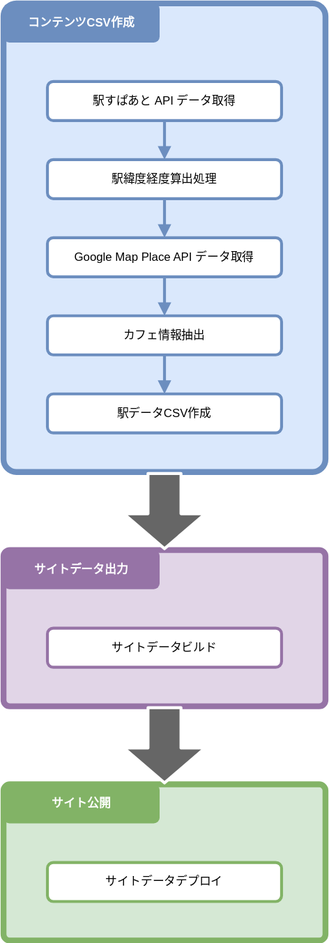
This is doc/201_設計/01510101_全体設計イメージ.drawio.svg from take4bcreators/cafe-train-prj, a draw.io export, as it was before one commit. Source tidied: cells renumbered, new cells last; positions are measured from the earlier drawing's top-left corner, leaving out a move shared by most shapes.
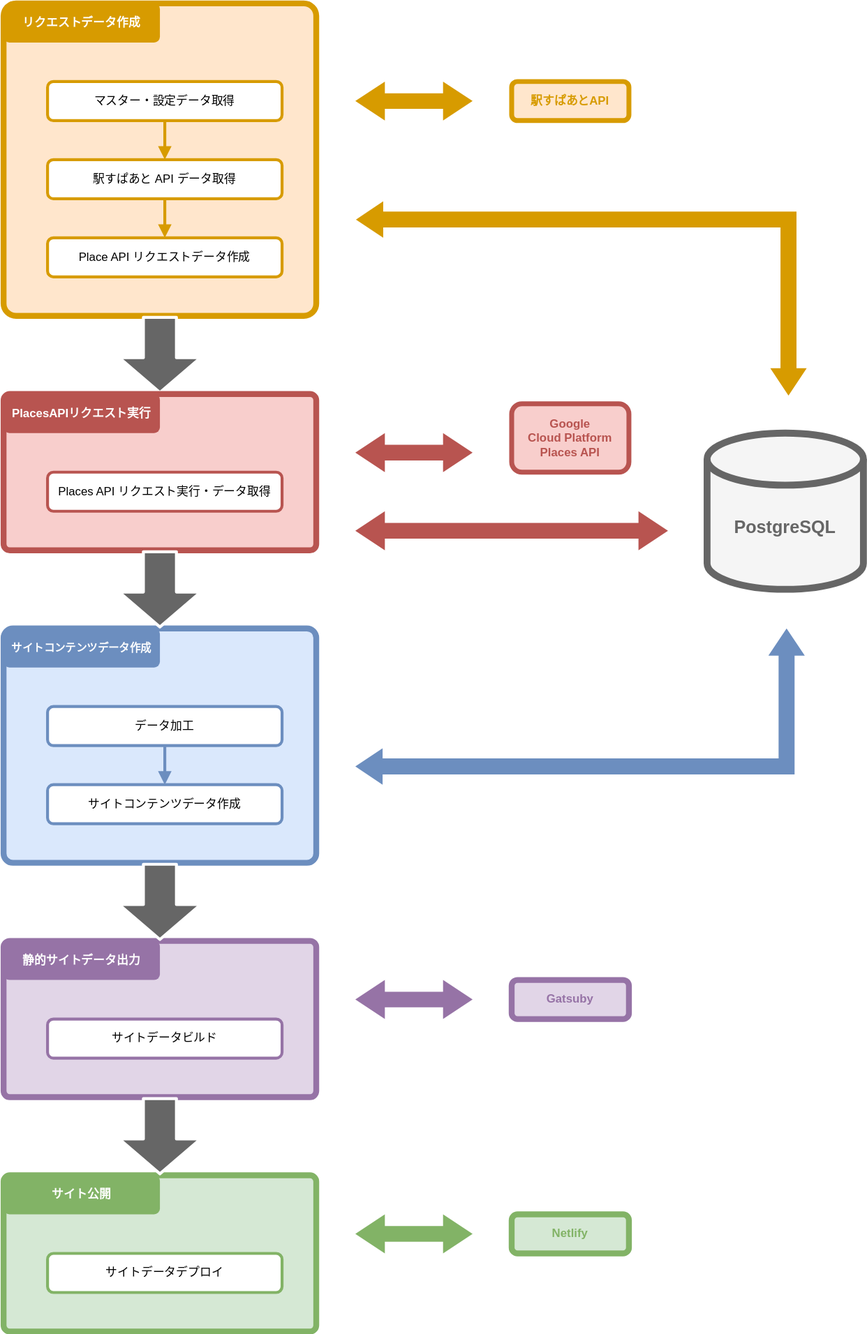
After the change.

Change to the diagram source:
```diff
@@ -2,53 +2,41 @@
   <root>
     <mxCell id="0" />
     <mxCell id="1" parent="0" />
-    <mxCell id="2" style="rounded=1;whiteSpace=wrap;html=1;fillColor=#dae8fc;strokeColor=#6c8ebf;strokeWidth=6;arcSize=4;" parent="1" vertex="1">
-      <mxGeometry width="330" height="480" as="geometry" />
+    <mxCell id="2" style="rounded=1;whiteSpace=wrap;html=1;fillColor=#ffe6cc;strokeColor=#d79b00;strokeWidth=6;arcSize=4;" parent="1" vertex="1">
+      <mxGeometry y="-400" width="320" height="320" as="geometry" />
     </mxCell>
-    <mxCell id="3" value="駅すぱあと API データ取得" style="rounded=1;whiteSpace=wrap;html=1;fillColor=#FFFFFF;strokeColor=#6c8ebf;strokeWidth=3;" parent="1" vertex="1">
-      <mxGeometry x="45" y="80" width="240" height="40" as="geometry" />
+    <mxCell id="3" value="マスター・設定データ取得" style="rounded=1;whiteSpace=wrap;html=1;fillColor=#FFFFFF;strokeColor=#D79B00;strokeWidth=3;" parent="1" vertex="1">
+      <mxGeometry x="45" y="-320" width="240" height="40" as="geometry" />
     </mxCell>
-    <mxCell id="4" value="コンテンツCSV作成" style="rounded=1;whiteSpace=wrap;html=1;fillColor=#6C8EBF;strokeColor=none;strokeWidth=6;fontColor=#FFFFFF;fontStyle=1;" parent="1" vertex="1">
-      <mxGeometry width="160" height="40" as="geometry" />
+    <mxCell id="4" value="リクエストデータ作成" style="rounded=1;whiteSpace=wrap;html=1;fillColor=#D79B00;strokeColor=none;strokeWidth=6;fontStyle=1;fontColor=#FFFFFF;" parent="1" vertex="1">
+      <mxGeometry y="-400" width="160" height="40" as="geometry" />
     </mxCell>
-    <mxCell id="5" style="edgeStyle=none;html=1;exitX=0.5;exitY=1;exitDx=0;exitDy=0;fontColor=#FFFFFF;endArrow=block;endFill=1;strokeColor=#6C8EBF;strokeWidth=3;" parent="1" edge="1" source="6" target="8">
+    <mxCell id="5" style="edgeStyle=none;html=1;exitX=0.5;exitY=1;exitDx=0;exitDy=0;fontColor=#FFFFFF;endArrow=block;endFill=1;strokeColor=#D79B00;strokeWidth=3;" parent="1" edge="1" source="6" target="8">
       <mxGeometry relative="1" as="geometry" />
     </mxCell>
-    <mxCell id="6" value="駅緯度経度算出処理" style="rounded=1;whiteSpace=wrap;html=1;fillColor=#FFFFFF;strokeColor=#6c8ebf;strokeWidth=3;" parent="1" vertex="1">
-      <mxGeometry x="45" y="160" width="240" height="40" as="geometry" />
+    <mxCell id="6" value="駅すぱあと API データ取得" style="rounded=1;whiteSpace=wrap;html=1;fillColor=#FFFFFF;strokeColor=#D79B00;strokeWidth=3;" parent="1" vertex="1">
+      <mxGeometry x="45" y="-240" width="240" height="40" as="geometry" />
     </mxCell>
-    <mxCell id="7" style="edgeStyle=none;html=1;exitX=0.5;exitY=1;exitDx=0;exitDy=0;entryX=0.5;entryY=0;entryDx=0;entryDy=0;fontColor=#FFFFFF;endArrow=block;endFill=1;strokeColor=#6C8EBF;strokeWidth=3;" parent="1" edge="1" source="8" target="10">
-      <mxGeometry relative="1" as="geometry" />
-    </mxCell>
-    <mxCell id="8" value="Google Map Place API データ取得" style="rounded=1;whiteSpace=wrap;html=1;fillColor=#FFFFFF;strokeColor=#6c8ebf;strokeWidth=3;" parent="1" vertex="1">
-      <mxGeometry x="45" y="240" width="240" height="40" as="geometry" />
+    <mxCell id="8" value="Place API リクエストデータ作成" style="rounded=1;whiteSpace=wrap;html=1;fillColor=#FFFFFF;strokeColor=#D79B00;strokeWidth=3;" parent="1" vertex="1">
+      <mxGeometry x="45" y="-160" width="240" height="40" as="geometry" />
     </mxCell>
-    <mxCell id="9" style="edgeStyle=none;html=1;exitX=0.5;exitY=1;exitDx=0;exitDy=0;entryX=0.5;entryY=0;entryDx=0;entryDy=0;fontColor=#FFFFFF;endArrow=block;endFill=1;strokeColor=#6C8EBF;strokeWidth=3;" parent="1" edge="1" source="10" target="11">
-      <mxGeometry relative="1" as="geometry" />
-    </mxCell>
-    <mxCell id="10" value="カフェ情報抽出" style="rounded=1;whiteSpace=wrap;html=1;fillColor=#FFFFFF;strokeColor=#6c8ebf;strokeWidth=3;" parent="1" vertex="1">
-      <mxGeometry x="45" y="320" width="240" height="40" as="geometry" />
-    </mxCell>
-    <mxCell id="11" value="駅データCSV作成" style="rounded=1;whiteSpace=wrap;html=1;fillColor=#FFFFFF;strokeColor=#6c8ebf;strokeWidth=3;" parent="1" vertex="1">
-      <mxGeometry x="45" y="400" width="240" height="40" as="geometry" />
-    </mxCell>
     <mxCell id="12" style="rounded=1;whiteSpace=wrap;html=1;fillColor=#e1d5e7;strokeColor=#9673a6;strokeWidth=6;arcSize=4;" parent="1" vertex="1">
-      <mxGeometry y="560" width="330" height="160" as="geometry" />
+      <mxGeometry y="560" width="320" height="160" as="geometry" />
     </mxCell>
-    <mxCell id="13" value="サイトデータ出力" style="rounded=1;whiteSpace=wrap;html=1;fillColor=#9673A6;strokeColor=none;strokeWidth=6;fontStyle=1;fontColor=#FFFFFF;" parent="1" vertex="1">
+    <mxCell id="13" value="静的サイトデータ出力" style="rounded=1;whiteSpace=wrap;html=1;fillColor=#9673A6;strokeColor=none;strokeWidth=6;fontStyle=1;fontColor=#FFFFFF;" parent="1" vertex="1">
       <mxGeometry y="560" width="160" height="40" as="geometry" />
     </mxCell>
-    <mxCell id="14" style="endArrow=block;html=1;fontColor=#FFFFFF;strokeColor=#6C8EBF;strokeWidth=3;endFill=1;exitX=0.5;exitY=1;exitDx=0;exitDy=0;entryX=0.5;entryY=0;entryDx=0;entryDy=0;" parent="1" edge="1" source="3" target="6">
+    <mxCell id="14" style="endArrow=block;html=1;fontColor=#FFFFFF;strokeColor=#D79B00;strokeWidth=3;endFill=1;exitX=0.5;exitY=1;exitDx=0;exitDy=0;entryX=0.5;entryY=0;entryDx=0;entryDy=0;" parent="1" edge="1" source="3" target="6">
       <mxGeometry relative="1" as="geometry" />
     </mxCell>
     <mxCell id="15" value="サイトデータビルド" style="rounded=1;whiteSpace=wrap;html=1;fillColor=#FFFFFF;strokeColor=#9673a6;strokeWidth=3;" parent="1" vertex="1">
       <mxGeometry x="45" y="640" width="240" height="40" as="geometry" />
     </mxCell>
-    <mxCell id="16" style="shape=flexArrow;endArrow=classic;html=1;fontColor=#FFFFFF;strokeColor=#FFFFFF;strokeWidth=3;exitX=0.5;exitY=1;exitDx=0;exitDy=0;entryX=0.5;entryY=0;entryDx=0;entryDy=0;width=31.818181818181817;endSize=10.909090909090908;endWidth=46.52892561983471;fillColor=#666666;" parent="1" edge="1" source="2" target="12">
+    <mxCell id="16" style="shape=flexArrow;endArrow=classic;html=1;fontColor=#FFFFFF;strokeColor=#FFFFFF;strokeWidth=3;width=31.818181818181817;endSize=10.909090909090908;endWidth=46.52892561983471;fillColor=#666666;exitX=0.5;exitY=1;exitDx=0;exitDy=0;entryX=0.5;entryY=0;entryDx=0;entryDy=0;" parent="1" edge="1" source="2" target="21">
       <mxGeometry relative="1" as="geometry" />
     </mxCell>
     <mxCell id="17" style="rounded=1;whiteSpace=wrap;html=1;fillColor=#d5e8d4;strokeColor=#82b366;strokeWidth=6;arcSize=4;" parent="1" vertex="1">
-      <mxGeometry y="800" width="330" height="160" as="geometry" />
+      <mxGeometry y="800" width="320" height="160" as="geometry" />
     </mxCell>
     <mxCell id="18" value="サイト公開" style="rounded=1;whiteSpace=wrap;html=1;fillColor=#82B366;strokeColor=none;strokeWidth=6;fontStyle=1;fontColor=#FFFFFF;" parent="1" vertex="1">
       <mxGeometry y="800" width="160" height="40" as="geometry" />
@@ -59,5 +47,73 @@
     <mxCell id="20" style="shape=flexArrow;endArrow=classic;html=1;fontColor=#FFFFFF;strokeColor=#FFFFFF;strokeWidth=3;exitX=0.5;exitY=1;exitDx=0;exitDy=0;entryX=0.5;entryY=0;entryDx=0;entryDy=0;width=31.818181818181817;endSize=10.909090909090908;endWidth=46.52892561983471;fillColor=#666666;" parent="1" edge="1" source="12" target="17">
       <mxGeometry relative="1" as="geometry" />
     </mxCell>
+    <mxCell id="21" style="rounded=1;whiteSpace=wrap;html=1;fillColor=#f8cecc;strokeColor=#b85450;strokeWidth=6;arcSize=4;" parent="1" vertex="1">
+      <mxGeometry width="320" height="160" as="geometry" />
+    </mxCell>
+    <mxCell id="22" value="Places API リクエスト実行・データ取得" style="rounded=1;whiteSpace=wrap;html=1;fillColor=#FFFFFF;strokeColor=#B85450;strokeWidth=3;" parent="1" vertex="1">
+      <mxGeometry x="45" y="80" width="240" height="40" as="geometry" />
+    </mxCell>
+    <mxCell id="23" value="PlacesAPIリクエスト実行" style="rounded=1;whiteSpace=wrap;html=1;fillColor=#B85450;strokeColor=none;strokeWidth=6;fontStyle=1;fontColor=#FFFFFF;" parent="1" vertex="1">
+      <mxGeometry width="160" height="40" as="geometry" />
+    </mxCell>
+    <mxCell id="24" style="rounded=1;whiteSpace=wrap;html=1;fillColor=#dae8fc;strokeColor=#6c8ebf;strokeWidth=6;arcSize=4;" parent="1" vertex="1">
+      <mxGeometry y="240" width="320" height="240" as="geometry" />
+    </mxCell>
+    <mxCell id="25" value="データ加工" style="rounded=1;whiteSpace=wrap;html=1;fillColor=#FFFFFF;strokeColor=#6c8ebf;strokeWidth=3;" parent="1" vertex="1">
+      <mxGeometry x="45" y="320" width="240" height="40" as="geometry" />
+    </mxCell>
+    <mxCell id="26" value="サイトコンテンツデータ作成" style="rounded=1;whiteSpace=wrap;html=1;fillColor=#6C8EBF;strokeColor=none;strokeWidth=6;fontColor=#FFFFFF;fontStyle=1;fontSize=11;" parent="1" vertex="1">
+      <mxGeometry y="240" width="160" height="40" as="geometry" />
+    </mxCell>
+    <mxCell id="27" style="edgeStyle=none;html=1;fontColor=#FFFFFF;endArrow=block;endFill=1;strokeColor=#6C8EBF;strokeWidth=3;" parent="1" edge="1" target="28">
+      <mxGeometry relative="1" as="geometry">
+        <mxPoint x="165" y="360" as="sourcePoint" />
+      </mxGeometry>
+    </mxCell>
+    <mxCell id="28" value="サイトコンテンツデータ作成" style="rounded=1;whiteSpace=wrap;html=1;fillColor=#FFFFFF;strokeColor=#6c8ebf;strokeWidth=3;" parent="1" vertex="1">
+      <mxGeometry x="45" y="400" width="240" height="40" as="geometry" />
+    </mxCell>
+    <mxCell id="29" style="shape=flexArrow;endArrow=classic;html=1;fontColor=#FFFFFF;strokeColor=#FFFFFF;strokeWidth=3;width=31.818181818181817;endSize=10.909090909090908;endWidth=46.52892561983471;fillColor=#666666;exitX=0.5;exitY=1;exitDx=0;exitDy=0;entryX=0.5;entryY=0;entryDx=0;entryDy=0;" parent="1" edge="1" source="21" target="24">
+      <mxGeometry relative="1" as="geometry" />
+    </mxCell>
+    <mxCell id="30" style="shape=flexArrow;endArrow=classic;html=1;fontColor=#FFFFFF;strokeColor=#FFFFFF;strokeWidth=3;width=31.818181818181817;endSize=10.909090909090908;endWidth=46.52892561983471;fillColor=#666666;exitX=0.5;exitY=1;exitDx=0;exitDy=0;entryX=0.5;entryY=0;entryDx=0;entryDy=0;" parent="1" edge="1" source="24" target="12">
+      <mxGeometry relative="1" as="geometry" />
+    </mxCell>
+    <mxCell id="31" value="駅すぱあとAPI" style="rounded=1;whiteSpace=wrap;html=1;fillColor=#ffe6cc;strokeColor=#d79b00;strokeWidth=5;fontStyle=1;fontColor=#D79B00;" parent="1" vertex="1">
+      <mxGeometry x="520" y="-320" width="120" height="40" as="geometry" />
+    </mxCell>
+    <mxCell id="32" style="html=1;shadow=0;dashed=0;align=center;verticalAlign=middle;shape=mxgraph.arrows2.twoWayArrow;dy=0.6;dx=30.22;fontSize=16;strokeWidth=5;fillColor=#D79B00;strokeColor=none;" parent="1" vertex="1">
+      <mxGeometry x="360" y="-320" width="120" height="40" as="geometry" />
+    </mxCell>
+    <mxCell id="33" style="html=1;shadow=0;dashed=0;align=center;verticalAlign=middle;shape=mxgraph.arrows2.twoWayArrow;dy=0.6;dx=30.22;fontSize=16;strokeWidth=5;fillColor=#9673A6;strokeColor=none;" parent="1" vertex="1">
+      <mxGeometry x="360" y="600" width="120" height="40" as="geometry" />
+    </mxCell>
+    <mxCell id="34" value="Gatsuby" style="rounded=1;whiteSpace=wrap;html=1;fillColor=#e1d5e7;strokeColor=#9673a6;strokeWidth=6;fontStyle=1;fontColor=#9673A6;" parent="1" vertex="1">
+      <mxGeometry x="520" y="600" width="120" height="40" as="geometry" />
+    </mxCell>
+    <mxCell id="35" style="html=1;shadow=0;dashed=0;align=center;verticalAlign=middle;shape=mxgraph.arrows2.twoWayArrow;dy=0.6;dx=30.22;fontSize=16;strokeWidth=5;fillColor=#82B366;strokeColor=none;" parent="1" vertex="1">
+      <mxGeometry x="360" y="840" width="120" height="40" as="geometry" />
+    </mxCell>
+    <mxCell id="36" value="Netlify" style="rounded=1;whiteSpace=wrap;html=1;fillColor=#d5e8d4;strokeColor=#82b366;strokeWidth=6;fontStyle=1;fontColor=#82B366;" parent="1" vertex="1">
+      <mxGeometry x="520" y="840" width="120" height="40" as="geometry" />
+    </mxCell>
+    <mxCell id="37" style="html=1;shadow=0;dashed=0;align=center;verticalAlign=middle;shape=mxgraph.arrows2.twoWayArrow;dy=0.6;dx=30.22;fontSize=16;strokeWidth=5;fillColor=#B85450;strokeColor=none;" parent="1" vertex="1">
+      <mxGeometry x="360" y="40" width="120" height="40" as="geometry" />
+    </mxCell>
+    <mxCell id="38" value="&lt;span&gt;Google&lt;br&gt;Cloud Platform&lt;/span&gt;&lt;br&gt;&lt;span&gt;Places API&lt;/span&gt;" style="rounded=1;whiteSpace=wrap;html=1;fillColor=#f8cecc;strokeColor=#b85450;strokeWidth=5;fontStyle=1;fontColor=#B85450;" parent="1" vertex="1">
+      <mxGeometry x="520" y="10" width="120" height="70" as="geometry" />
+    </mxCell>
+    <mxCell id="39" value="&lt;span style=&quot;font-size: 18px;&quot;&gt;&lt;font style=&quot;font-size: 18px;&quot;&gt;PostgreSQL&lt;/font&gt;&lt;/span&gt;" style="strokeWidth=7;html=1;shape=mxgraph.flowchart.database;whiteSpace=wrap;fontSize=18;fillColor=#f5f5f5;strokeColor=#666666;verticalAlign=middle;spacingBottom=0;spacingTop=33;fontColor=#666666;fontStyle=1;" parent="1" vertex="1">
+      <mxGeometry x="720" y="40" width="160" height="160" as="geometry" />
+    </mxCell>
+    <mxCell id="40" style="html=1;shadow=0;dashed=0;align=center;verticalAlign=middle;shape=mxgraph.arrows2.bendDoubleArrow;dy=8.18;dx=27.91;arrowHead=37.27;rounded=0;fontSize=16;fontColor=#B85450;strokeColor=none;strokeWidth=5;fillColor=#6C8EBF;rotation=-180;" parent="1" vertex="1">
+      <mxGeometry x="360" y="240" width="460" height="160" as="geometry" />
+    </mxCell>
+    <mxCell id="41" style="html=1;shadow=0;dashed=0;align=center;verticalAlign=middle;shape=mxgraph.arrows2.bendDoubleArrow;dy=8.18;dx=27.91;arrowHead=37.27;rounded=0;fontSize=16;fontColor=#B85450;strokeColor=none;strokeWidth=5;fillColor=#D79B00;rotation=90;" parent="1" vertex="1">
+      <mxGeometry x="491.9" y="-328.6" width="198.8" height="461.3" as="geometry" />
+    </mxCell>
+    <mxCell id="42" style="html=1;shadow=0;dashed=0;align=center;verticalAlign=middle;shape=mxgraph.arrows2.twoWayArrow;dy=0.6;dx=30.22;fontSize=16;strokeWidth=5;fillColor=#B85450;strokeColor=none;" parent="1" vertex="1">
+      <mxGeometry x="360" y="120" width="320" height="40" as="geometry" />
+    </mxCell>
   </root>
 </mxGraphModel>
```
